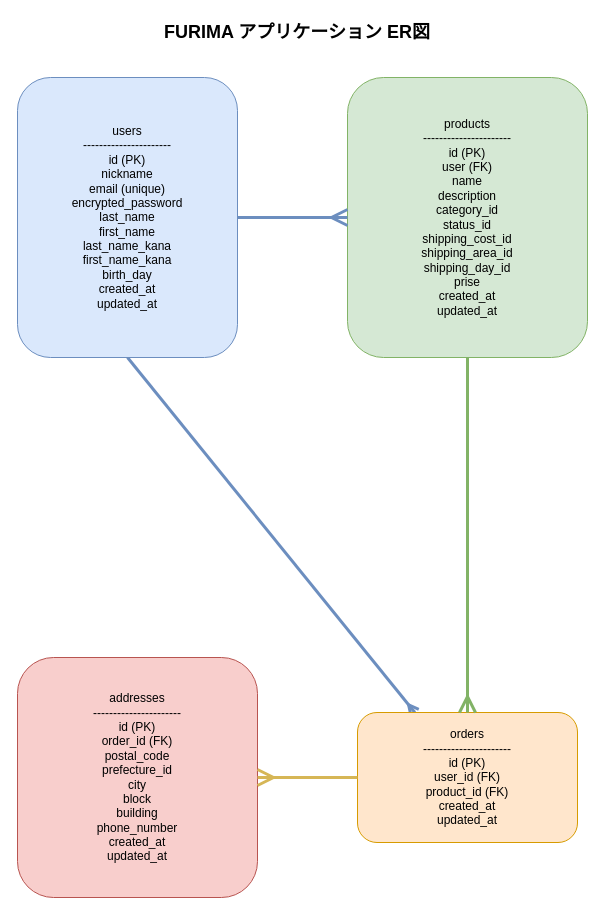
This is furima-46335.drawio from sugita-daiki/furima-46335, a draw.io file, before an edit. Source tidied: cells renumbered, new cells numbered last; positions are measured from the earlier drawing's top-left corner, leaving out a move shared by most shapes. Both pictures are drawn from the tidied source at 100%, with x=0, y=0 at pixel (17, 17).
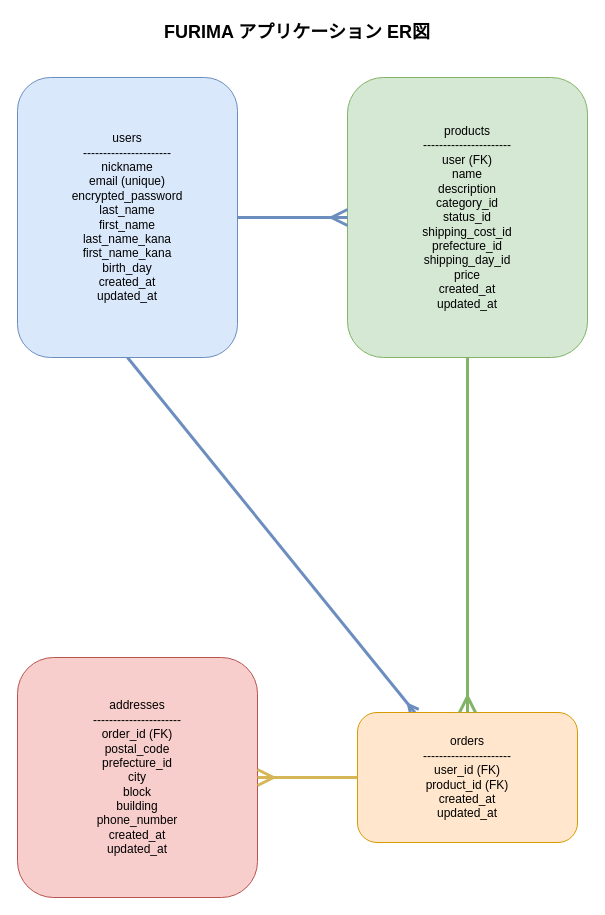
The same page after the edit.

Commit message (it also covers changes not shown here):
READMEとER図の修正2

Diff of the diagram source:
```diff
@@
 <mxGraphModel>
   <root>
     <mxCell id="0" />
     <mxCell id="1" parent="0" />
     <mxCell id="2" style="edgeStyle=none;html=1;exitX=0.5;exitY=1;exitDx=0;exitDy=0;strokeWidth=3;endArrow=ERmany;endFill=0;fillColor=#dae8fc;strokeColor=#6c8ebf;" parent="1" edge="1" source="3" target="5">
       <mxGeometry relative="1" as="geometry" />
     </mxCell>
-    <mxCell id="3" value="users&#10;----------------------&#10;id (PK)&#10;nickname&#10;email (unique)&#10;encrypted_password&#10;last_name&#10;first_name&#10;last_name_kana&#10;first_name_kana&#10;birth_day&#10;created_at&#10;updated_at" style="shape=rectangle;whiteSpace=wrap;rounded=1;fillColor=#dae8fc;strokeColor=#6c8ebf;fontSize=12;" parent="1" vertex="1">
+    <mxCell id="3" value="users&#10;----------------------&#10;nickname&#10;email (unique)&#10;encrypted_password&#10;last_name&#10;first_name&#10;last_name_kana&#10;first_name_kana&#10;birth_day&#10;created_at&#10;updated_at" style="shape=rectangle;whiteSpace=wrap;rounded=1;fillColor=#dae8fc;strokeColor=#6c8ebf;fontSize=12;" parent="1" vertex="1">
       <mxGeometry y="60" width="220" height="280" as="geometry" />
     </mxCell>
-    <mxCell id="4" value="products&#10;----------------------&#10;id (PK)&#10;user (FK)&#10;name&#10;description&#10;category_id&#10;status_id&#10;shipping_cost_id&#10;shipping_area_id&#10;shipping_day_id&#10;prise&#10;created_at&#10;updated_at" style="shape=rectangle;whiteSpace=wrap;rounded=1;fillColor=#d5e8d4;strokeColor=#82b366;fontSize=12;" parent="1" vertex="1">
+    <mxCell id="4" value="products&#10;----------------------&#10;user (FK)&#10;name&#10;description&#10;category_id&#10;status_id&#10;shipping_cost_id&#10;prefecture_id&#10;shipping_day_id&#10;price&#10;created_at&#10;updated_at" style="shape=rectangle;whiteSpace=wrap;rounded=1;fillColor=#d5e8d4;strokeColor=#82b366;fontSize=12;" parent="1" vertex="1">
       <mxGeometry x="330" y="60" width="240" height="280" as="geometry" />
     </mxCell>
-    <mxCell id="5" value="orders&#10;----------------------&#10;id (PK)&#10;user_id (FK)&#10;product_id (FK)&#10;created_at&#10;updated_at" style="shape=rectangle;whiteSpace=wrap;rounded=1;fontSize=12;glass=0;fillColor=#ffe6cc;strokeColor=#d79b00;" parent="1" vertex="1">
+    <mxCell id="5" value="orders&#10;----------------------&#10;user_id (FK)&#10;product_id (FK)&#10;created_at&#10;updated_at" style="shape=rectangle;whiteSpace=wrap;rounded=1;fontSize=12;glass=0;fillColor=#ffe6cc;strokeColor=#d79b00;" parent="1" vertex="1">
       <mxGeometry x="340" y="695" width="220" height="130" as="geometry" />
     </mxCell>
-    <mxCell id="6" value="addresses&#10;----------------------&#10;id (PK)&#10;order_id (FK)&#10;postal_code&#10;prefecture_id&#10;city&#10;block&#10;building&#10;phone_number&#10;created_at&#10;updated_at" style="shape=rectangle;whiteSpace=wrap;rounded=1;fillColor=#f8cecc;strokeColor=#b85450;fontSize=12;" parent="1" vertex="1">
+    <mxCell id="6" value="addresses&#10;----------------------&#10;order_id (FK)&#10;postal_code&#10;prefecture_id&#10;city&#10;block&#10;building&#10;phone_number&#10;created_at&#10;updated_at" style="shape=rectangle;whiteSpace=wrap;rounded=1;fillColor=#f8cecc;strokeColor=#b85450;fontSize=12;" parent="1" vertex="1">
       <mxGeometry y="640" width="240" height="240" as="geometry" />
     </mxCell>
     <mxCell id="7" style="endArrow=ERmany;endFill=0;strokeWidth=3;strokeColor=#6c8ebf;endSize=12;" parent="1" edge="1" source="3" target="4">
       <mxGeometry relative="1" as="geometry">
         <Array as="points">
           <mxPoint x="290" y="200" />
         </Array>
       </mxGeometry>
     </mxCell>
     <mxCell id="8" style="endArrow=ERmany;endFill=0;strokeWidth=3;strokeColor=#82b366;endSize=12;startArrow=none;startFill=0;" parent="1" edge="1" target="5">
       <mxGeometry relative="1" as="geometry">
         <mxPoint x="450" y="340" as="sourcePoint" />
         <Array as="points">
           <mxPoint x="450" y="640" />
         </Array>
       </mxGeometry>
     </mxCell>
     <mxCell id="9" style="endArrow=ERmany;endFill=0;strokeWidth=3;strokeColor=#d6b656;endSize=12;" parent="1" edge="1" source="5" target="6">
       <mxGeometry relative="1" as="geometry" />
     </mxCell>
     <mxCell id="10" value="FURIMA アプリケーション ER図" style="text;html=1;strokeColor=none;fillColor=none;align=center;verticalAlign=middle;whiteSpace=wrap;rounded=0;fontSize=18;fontStyle=1;" parent="1" vertex="1">
       <mxGeometry x="130" width="300" height="30" as="geometry" />
     </mxCell>
   </root>
 </mxGraphModel>
```
